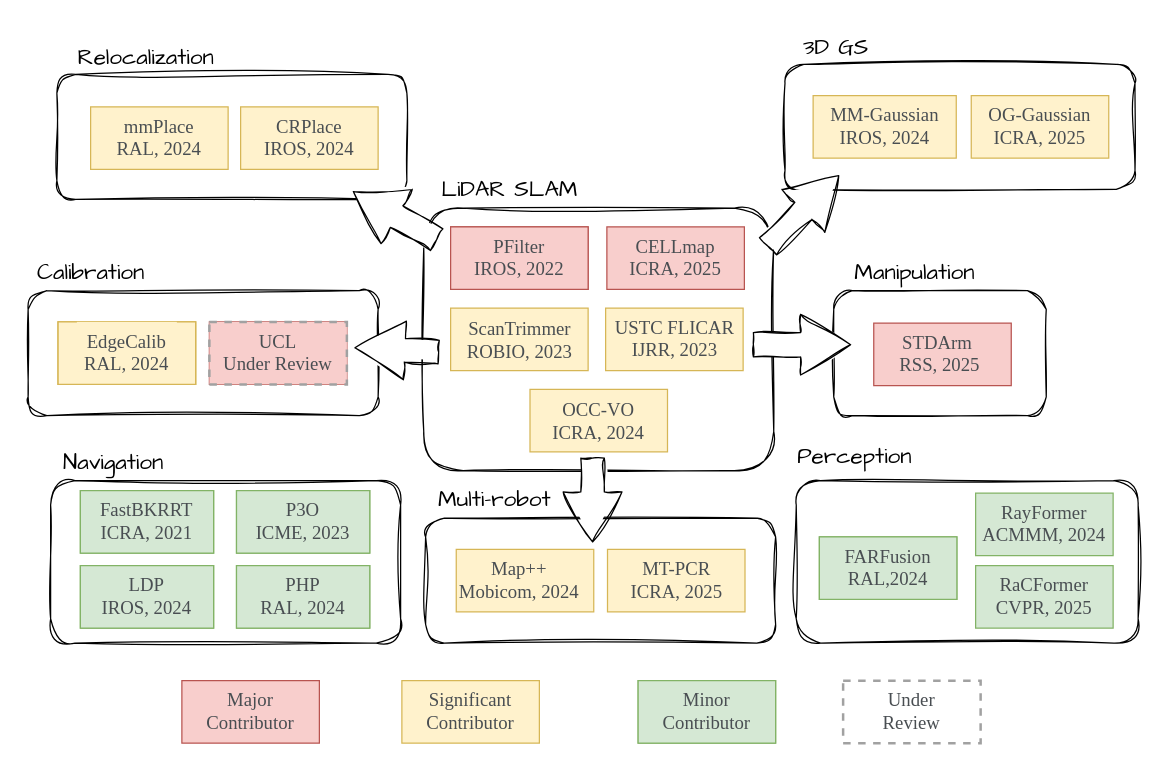
yjsx/yjsx.github.io keeps this draw.io diagram as file/overview.drawio. Above is the earlier version. Source tidied: cells renumbered, new cells numbered last; positions are measured from the earlier drawing's top-left corner, leaving out a move shared by most shapes. Both pictures are drawn from the tidied source at 125%, with x=0, y=0 at pixel (21, 21).
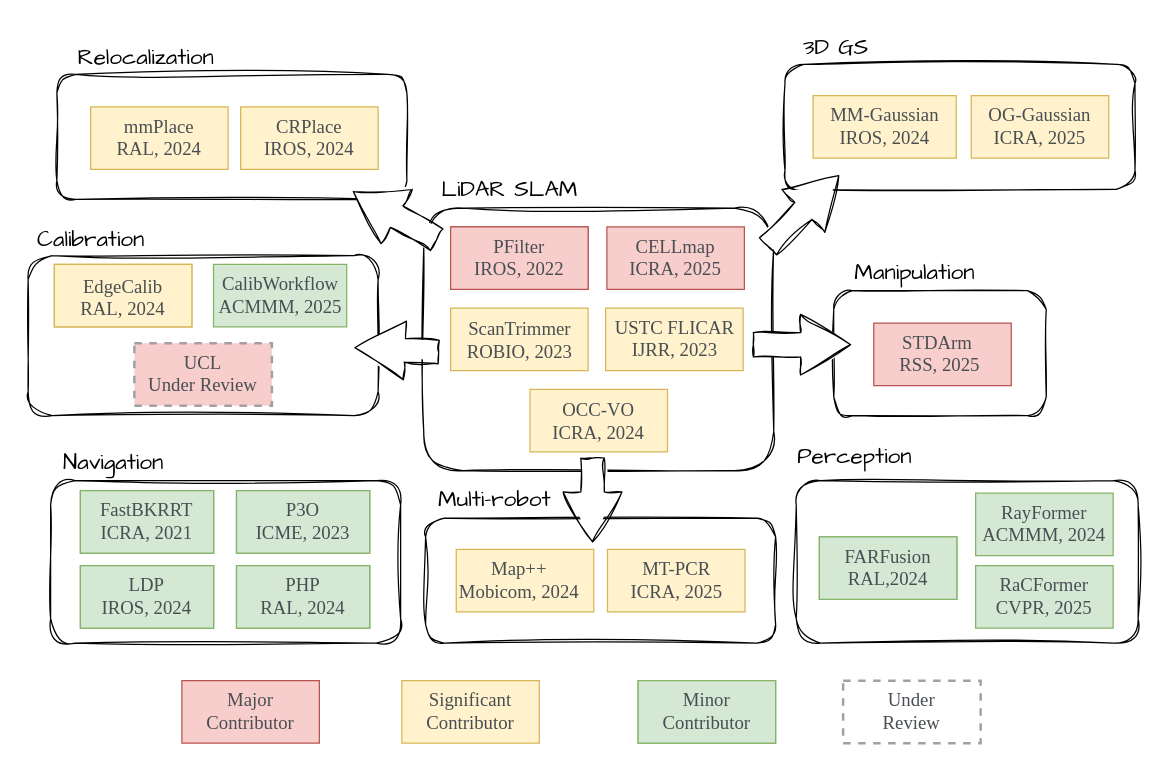
Above is the later version.

Unchanged cells that the change refers to:
```xml
<mxCell id="22" style="group;fillColor=#fff2cc;strokeColor=#d6b656;labelBackgroundColor=none;" parent="21" vertex="1">
  <mxGeometry width="110" height="50" as="geometry" />
</mxCell>
```

Diff of the diagram source:
```diff
@@
     <mxCell id="19" style="rounded=1;whiteSpace=wrap;html=1;sketch=1;curveFitting=1;jiggle=2;" parent="1" vertex="1">
-      <mxGeometry x="5" y="215" width="280" height="100" as="geometry" />
+      <mxGeometry x="5" y="187" width="280" height="128" as="geometry" />
     </mxCell>
     <mxCell id="20" value="&lt;font face=&quot;Comic Sans MS&quot;&gt;Calibration&lt;/font&gt;" style="text;html=1;align=center;verticalAlign=middle;strokeColor=none;fillColor=none;fontSize=18;" parent="1" vertex="1">
-      <mxGeometry y="180" width="110" height="40" as="geometry" />
+      <mxGeometry y="154" width="110" height="40" as="geometry" />
     </mxCell>
     <mxCell id="21" style="group;fillColor=none;strokeColor=#d6b656;labelBackgroundColor=none;" parent="1" vertex="1">
-      <mxGeometry x="29" y="240" width="110" height="50" as="geometry" />
+      <mxGeometry x="26" y="194" width="110" height="50" as="geometry" />
     </mxCell>
@@
-    <mxCell id="23" style="rounded=0;whiteSpace=wrap;html=1;fillColor=#fff2cc;strokeColor=#d6b656;labelBackgroundColor=none;" parent="22" vertex="1">
-      <mxGeometry width="110" height="50" as="geometry" />
-    </mxCell>
     <mxCell id="24" value="&lt;div style=&quot;orphans: 3; widows: 3;&quot;&gt;&lt;font face=&quot;Times New Roman&quot; color=&quot;#494e52&quot;&gt;&lt;span style=&quot;font-size: 15px;&quot;&gt;EdgeCalib&lt;/span&gt;&lt;/font&gt;&lt;/div&gt;&lt;div&gt;&lt;span style=&quot;color: rgb(73, 78, 82); font-size: 15px; font-style: normal; font-variant-ligatures: normal; font-variant-caps: normal; font-weight: 400; letter-spacing: normal; orphans: 3; text-indent: 0px; text-transform: none; widows: 3; word-spacing: 0px; -webkit-text-stroke-width: 0px; white-space: normal; text-decoration-thickness: initial; text-decoration-style: initial; text-decoration-color: initial; float: none; display: inline !important;&quot;&gt;&lt;font face=&quot;Times New Roman&quot;&gt;RAL, 2024&lt;/font&gt;&lt;/span&gt;&lt;/div&gt;" style="text;whiteSpace=wrap;html=1;align=center;fillColor=#fff2cc;strokeColor=none;labelBackgroundColor=none;" parent="22" vertex="1">
-      <mxGeometry x="15" width="80" height="40" as="geometry" />
+      <mxGeometry x="15" y="2" width="80" height="40" as="geometry" />
     </mxCell>
-    <mxCell id="25" style="group;fillColor=#f8cecc;strokeColor=#b85450;" parent="1" vertex="1">
-      <mxGeometry x="150" y="240" width="110" height="50" as="geometry" />
-    </mxCell>
@@
     <mxCell id="39" style="group;fillColor=#f8cecc;strokeColor=light-dark(#a1a1a1, #d7817e);dashed=1;strokeWidth=2;" parent="1" vertex="1">
-      <mxGeometry x="150" y="240" width="110" height="50" as="geometry" />
+      <mxGeometry x="90" y="257" width="110" height="50" as="geometry" />
     </mxCell>
@@
+    <mxCell id="89" style="group;fillColor=#d5e8d4;strokeColor=#82b366;" parent="1" vertex="1">
+      <mxGeometry x="153.3" y="194" width="106.6" height="50" as="geometry" />
+    </mxCell>
+    <mxCell id="90" value="&lt;div style=&quot;orphans: 3; widows: 3;&quot;&gt;&lt;font face=&quot;Times New Roman&quot; color=&quot;#494e52&quot;&gt;&lt;span style=&quot;font-size: 15px;&quot;&gt;CalibWorkflow&lt;/span&gt;&lt;/font&gt;&lt;/div&gt;&lt;div&gt;&lt;span style=&quot;color: rgb(73, 78, 82); font-size: 15px; font-style: normal; font-variant-ligatures: normal; font-variant-caps: normal; font-weight: 400; letter-spacing: normal; orphans: 3; text-indent: 0px; text-transform: none; widows: 3; word-spacing: 0px; -webkit-text-stroke-width: 0px; white-space: normal; text-decoration-thickness: initial; text-decoration-style: initial; text-decoration-color: initial; float: none; display: inline !important;&quot;&gt;&lt;font face=&quot;Times New Roman&quot;&gt;ACMMM, 2025&lt;/font&gt;&lt;/span&gt;&lt;/div&gt;" style="text;whiteSpace=wrap;html=1;align=center;fillColor=none;strokeColor=none;labelBackgroundColor=none;" parent="89" vertex="1">
+      <mxGeometry x="-2.7" width="112" height="40" as="geometry" />
+    </mxCell>
```
